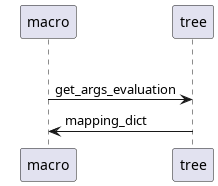
The PlantUML diagram design/macro_design/sequence_diagram_macro_design.png in JukMR/JASM, before a commit. Source of this version:
```plantuml
@startuml sequence_diagram_macro_design
participant "macro" as Macro
participant "tree" as Tree

loop for macro in macros do
    Macro -> Tree: get_args_evaluation
    Tree -> Macro: mapping_dict
@enduml
```
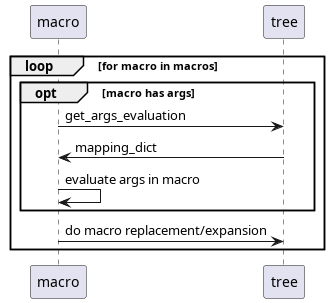
After the change.

Commit message:
Add macro_design class diagram

The edit, as a diff of the source:
```diff
@@ -2,7 +2,13 @@
 participant "macro" as Macro
 participant "tree" as Tree
 
-loop for macro in macros do
-    Macro -> Tree: get_args_evaluation
-    Tree -> Macro: mapping_dict
+loop for macro in macros
+    opt macro has args
+        Macro -> Tree: get_args_evaluation
+        Tree -> Macro: mapping_dict
+        Macro -> Macro: evaluate args in macro
+    end
+    Macro -> Tree: do macro replacement/expansion
+end
+
 @enduml
```
